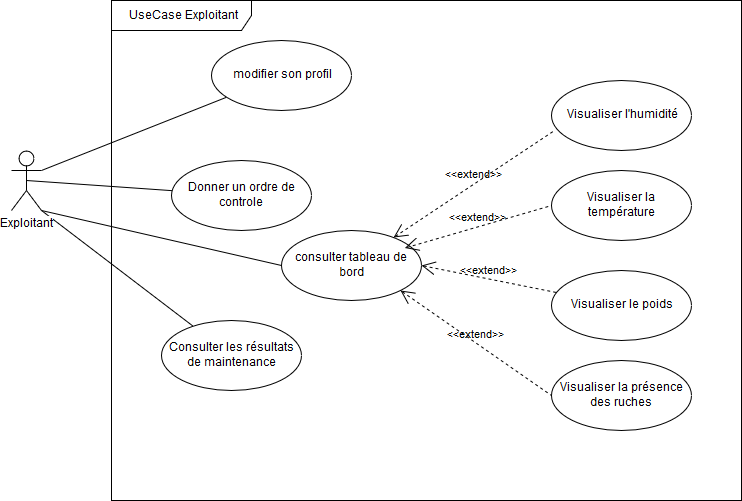
This is usecase/images/usercase_exploitant.png from ManDev001/pfe_diagrams, a draw.io export, as it was before one commit. Source tidied: cells renumbered, new cells last; positions are measured from the earlier drawing's top-left corner, leaving out a move shared by most shapes. The source it was exported from:
```xml
<mxGraphModel>
  <root>
    <mxCell id="0" />
    <mxCell id="1" parent="0" />
    <mxCell id="2" value="UseCase Exploitant" style="shape=umlFrame;whiteSpace=wrap;html=1;width=140;height=30;" parent="1" vertex="1">
      <mxGeometry x="100" width="630" height="500" as="geometry" />
    </mxCell>
    <mxCell id="3" style="rounded=0;jettySize=auto;html=1;exitX=1;exitY=1;exitDx=0;exitDy=0;exitPerimeter=0;entryX=0;entryY=0.5;entryDx=0;entryDy=0;endArrow=none;endFill=0;" parent="1" edge="1" source="7" target="8">
      <mxGeometry relative="1" as="geometry" />
    </mxCell>
    <mxCell id="4" style="edgeStyle=none;rounded=0;jettySize=auto;html=1;exitX=1;exitY=0.3333333333333333;exitDx=0;exitDy=0;exitPerimeter=0;endArrow=none;endFill=0;" parent="1" edge="1" source="7" target="9">
      <mxGeometry relative="1" as="geometry" />
    </mxCell>
    <mxCell id="5" style="edgeStyle=none;rounded=0;jettySize=auto;html=1;exitX=0.5;exitY=0.5;exitDx=0;exitDy=0;exitPerimeter=0;endArrow=none;endFill=0;" parent="1" edge="1" source="7" target="10">
      <mxGeometry relative="1" as="geometry" />
    </mxCell>
    <mxCell id="6" style="edgeStyle=none;rounded=0;jettySize=auto;html=1;endArrow=none;endFill=0;" parent="1" edge="1" target="11">
      <mxGeometry relative="1" as="geometry">
        <mxPoint x="30" y="210" as="sourcePoint" />
      </mxGeometry>
    </mxCell>
    <mxCell id="7" value="Exploitant" style="shape=umlActor;verticalLabelPosition=bottom;labelBackgroundColor=#ffffff;verticalAlign=top;html=1;outlineConnect=0;" parent="1" vertex="1">
      <mxGeometry y="150" width="30" height="60" as="geometry" />
    </mxCell>
    <mxCell id="8" value="&lt;div&gt;consulter tableau de bord&lt;/div&gt;" style="ellipse;whiteSpace=wrap;html=1;" parent="1" vertex="1">
      <mxGeometry x="270" y="230" width="140" height="70" as="geometry" />
    </mxCell>
    <mxCell id="9" value="modifier son profil" style="ellipse;whiteSpace=wrap;html=1;" parent="1" vertex="1">
      <mxGeometry x="200" y="40" width="140" height="70" as="geometry" />
    </mxCell>
    <mxCell id="10" value="Donner un ordre de controle" style="ellipse;whiteSpace=wrap;html=1;" parent="1" vertex="1">
      <mxGeometry x="160" y="160" width="140" height="70" as="geometry" />
    </mxCell>
    <mxCell id="11" value="Consulter les résultats de maintenance" style="ellipse;whiteSpace=wrap;html=1;" parent="1" vertex="1">
      <mxGeometry x="150" y="320" width="140" height="70" as="geometry" />
    </mxCell>
    <mxCell id="12" style="edgeStyle=none;rounded=0;orthogonalLoop=1;jettySize=auto;html=1;exitX=1;exitY=1;exitDx=0;exitDy=0;exitPerimeter=0;endArrow=none;endFill=0;" parent="1" edge="1" source="7" target="7">
      <mxGeometry relative="1" as="geometry" />
    </mxCell>
    <mxCell id="13" value="Visualiser l'humidité" style="ellipse;whiteSpace=wrap;html=1;" parent="1" vertex="1">
      <mxGeometry x="540" y="80" width="140" height="70" as="geometry" />
    </mxCell>
    <mxCell id="14" value="Visualiser la température" style="ellipse;whiteSpace=wrap;html=1;" parent="1" vertex="1">
      <mxGeometry x="540" y="170" width="140" height="70" as="geometry" />
    </mxCell>
    <mxCell id="15" value="Visualiser le poids" style="ellipse;whiteSpace=wrap;html=1;" parent="1" vertex="1">
      <mxGeometry x="540" y="270" width="140" height="70" as="geometry" />
    </mxCell>
    <mxCell id="16" value="Visualiser la présence des ruches" style="ellipse;whiteSpace=wrap;html=1;" parent="1" vertex="1">
      <mxGeometry x="540" y="360" width="140" height="70" as="geometry" />
    </mxCell>
    <mxCell id="17" value="&amp;lt;&amp;lt;extend&amp;gt;&amp;gt;" style="edgeStyle=none;html=1;startArrow=open;endArrow=none;startSize=12;verticalAlign=bottom;dashed=1;labelBackgroundColor=none;entryX=0.021;entryY=0.714;entryDx=0;entryDy=0;entryPerimeter=0;" parent="1" edge="1" source="8" target="13">
      <mxGeometry relative="1" as="geometry" />
    </mxCell>
    <mxCell id="18" value="&amp;lt;&amp;lt;extend&amp;gt;&amp;gt;" style="edgeStyle=none;html=1;startArrow=open;endArrow=none;startSize=12;verticalAlign=bottom;dashed=1;labelBackgroundColor=none;entryX=0;entryY=0.5;entryDx=0;entryDy=0;" parent="1" edge="1" target="14">
      <mxGeometry relative="1" as="geometry">
        <mxPoint x="393.4" y="247.5" as="sourcePoint" />
      </mxGeometry>
    </mxCell>
    <mxCell id="19" value="&amp;lt;&amp;lt;extend&amp;gt;&amp;gt;" style="edgeStyle=none;html=1;startArrow=open;endArrow=none;startSize=12;verticalAlign=bottom;dashed=1;labelBackgroundColor=none;exitX=1;exitY=0.5;exitDx=0;exitDy=0;" parent="1" edge="1" source="8" target="15">
      <mxGeometry relative="1" as="geometry" />
    </mxCell>
    <mxCell id="20" value="&amp;lt;&amp;lt;extend&amp;gt;&amp;gt;" style="edgeStyle=none;html=1;startArrow=open;endArrow=none;startSize=12;verticalAlign=bottom;dashed=1;labelBackgroundColor=none;exitX=1;exitY=1;exitDx=0;exitDy=0;entryX=0;entryY=0.5;entryDx=0;entryDy=0;" parent="1" edge="1" source="8" target="16">
      <mxGeometry relative="1" as="geometry" />
    </mxCell>
  </root>
</mxGraphModel>
```
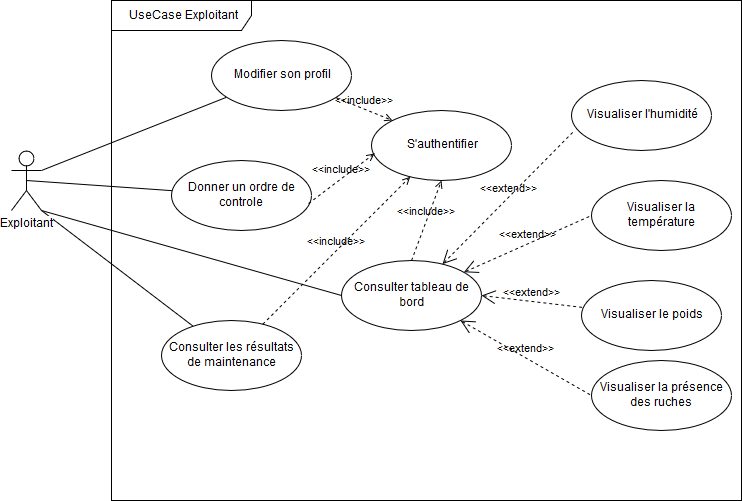
The same file after the commit.

The edit, as a diff of the source:
```diff
@@ -22,10 +22,10 @@
     <mxCell id="7" value="Exploitant" style="shape=umlActor;verticalLabelPosition=bottom;labelBackgroundColor=#ffffff;verticalAlign=top;html=1;outlineConnect=0;" parent="1" vertex="1">
       <mxGeometry y="150" width="30" height="60" as="geometry" />
     </mxCell>
-    <mxCell id="8" value="&lt;div&gt;consulter tableau de bord&lt;/div&gt;" style="ellipse;whiteSpace=wrap;html=1;" parent="1" vertex="1">
-      <mxGeometry x="270" y="230" width="140" height="70" as="geometry" />
+    <mxCell id="8" value="&lt;div&gt;Consulter tableau de bord&lt;/div&gt;" style="ellipse;whiteSpace=wrap;html=1;" parent="1" vertex="1">
+      <mxGeometry x="330" y="260" width="140" height="70" as="geometry" />
     </mxCell>
-    <mxCell id="9" value="modifier son profil" style="ellipse;whiteSpace=wrap;html=1;" parent="1" vertex="1">
+    <mxCell id="9" value="Modifier son profil" style="ellipse;whiteSpace=wrap;html=1;" parent="1" vertex="1">
       <mxGeometry x="200" y="40" width="140" height="70" as="geometry" />
     </mxCell>
     <mxCell id="10" value="Donner un ordre de controle" style="ellipse;whiteSpace=wrap;html=1;" parent="1" vertex="1">
@@ -38,24 +38,22 @@
       <mxGeometry relative="1" as="geometry" />
     </mxCell>
     <mxCell id="13" value="Visualiser l'humidité" style="ellipse;whiteSpace=wrap;html=1;" parent="1" vertex="1">
-      <mxGeometry x="540" y="80" width="140" height="70" as="geometry" />
+      <mxGeometry x="560" y="80" width="140" height="70" as="geometry" />
     </mxCell>
     <mxCell id="14" value="Visualiser la température" style="ellipse;whiteSpace=wrap;html=1;" parent="1" vertex="1">
-      <mxGeometry x="540" y="170" width="140" height="70" as="geometry" />
+      <mxGeometry x="580" y="180" width="140" height="70" as="geometry" />
     </mxCell>
     <mxCell id="15" value="Visualiser le poids" style="ellipse;whiteSpace=wrap;html=1;" parent="1" vertex="1">
-      <mxGeometry x="540" y="270" width="140" height="70" as="geometry" />
+      <mxGeometry x="570" y="280" width="140" height="70" as="geometry" />
     </mxCell>
     <mxCell id="16" value="Visualiser la présence des ruches" style="ellipse;whiteSpace=wrap;html=1;" parent="1" vertex="1">
-      <mxGeometry x="540" y="360" width="140" height="70" as="geometry" />
+      <mxGeometry x="580" y="360" width="140" height="70" as="geometry" />
     </mxCell>
     <mxCell id="17" value="&amp;lt;&amp;lt;extend&amp;gt;&amp;gt;" style="edgeStyle=none;html=1;startArrow=open;endArrow=none;startSize=12;verticalAlign=bottom;dashed=1;labelBackgroundColor=none;entryX=0.021;entryY=0.714;entryDx=0;entryDy=0;entryPerimeter=0;" parent="1" edge="1" source="8" target="13">
       <mxGeometry relative="1" as="geometry" />
     </mxCell>
-    <mxCell id="18" value="&amp;lt;&amp;lt;extend&amp;gt;&amp;gt;" style="edgeStyle=none;html=1;startArrow=open;endArrow=none;startSize=12;verticalAlign=bottom;dashed=1;labelBackgroundColor=none;entryX=0;entryY=0.5;entryDx=0;entryDy=0;" parent="1" edge="1" target="14">
-      <mxGeometry relative="1" as="geometry">
-        <mxPoint x="393.4" y="247.5" as="sourcePoint" />
-      </mxGeometry>
+    <mxCell id="18" value="&amp;lt;&amp;lt;extend&amp;gt;&amp;gt;" style="edgeStyle=none;html=1;startArrow=open;endArrow=none;startSize=12;verticalAlign=bottom;dashed=1;labelBackgroundColor=none;entryX=0;entryY=0.5;entryDx=0;entryDy=0;" parent="1" edge="1" source="8" target="14">
+      <mxGeometry relative="1" as="geometry" />
     </mxCell>
     <mxCell id="19" value="&amp;lt;&amp;lt;extend&amp;gt;&amp;gt;" style="edgeStyle=none;html=1;startArrow=open;endArrow=none;startSize=12;verticalAlign=bottom;dashed=1;labelBackgroundColor=none;exitX=1;exitY=0.5;exitDx=0;exitDy=0;" parent="1" edge="1" source="8" target="15">
       <mxGeometry relative="1" as="geometry" />
@@ -63,5 +61,20 @@
     <mxCell id="20" value="&amp;lt;&amp;lt;extend&amp;gt;&amp;gt;" style="edgeStyle=none;html=1;startArrow=open;endArrow=none;startSize=12;verticalAlign=bottom;dashed=1;labelBackgroundColor=none;exitX=1;exitY=1;exitDx=0;exitDy=0;entryX=0;entryY=0.5;entryDx=0;entryDy=0;" parent="1" edge="1" source="8" target="16">
       <mxGeometry relative="1" as="geometry" />
     </mxCell>
+    <mxCell id="21" value="S'authentifier" style="ellipse;whiteSpace=wrap;html=1;" parent="1" vertex="1">
+      <mxGeometry x="360" y="110" width="140" height="70" as="geometry" />
+    </mxCell>
+    <mxCell id="22" value="&amp;lt;&amp;lt;include&amp;gt;&amp;gt;" style="edgeStyle=none;html=1;endArrow=open;verticalAlign=bottom;dashed=1;labelBackgroundColor=none;entryX=0;entryY=0;entryDx=0;entryDy=0;" parent="1" edge="1" source="9" target="21">
+      <mxGeometry relative="1" as="geometry" />
+    </mxCell>
+    <mxCell id="23" value="&amp;lt;&amp;lt;include&amp;gt;&amp;gt;" style="edgeStyle=none;html=1;endArrow=open;verticalAlign=bottom;dashed=1;labelBackgroundColor=none;" parent="1" edge="1" source="11" target="21">
+      <mxGeometry relative="1" as="geometry" />
+    </mxCell>
+    <mxCell id="24" value="&amp;lt;&amp;lt;include&amp;gt;&amp;gt;" style="edgeStyle=none;html=1;endArrow=open;verticalAlign=bottom;dashed=1;labelBackgroundColor=none;entryX=0.5;entryY=1;entryDx=0;entryDy=0;exitX=0.5;exitY=0;exitDx=0;exitDy=0;" parent="1" edge="1" source="8" target="21">
+      <mxGeometry relative="1" as="geometry" />
+    </mxCell>
+    <mxCell id="25" value="&amp;lt;&amp;lt;include&amp;gt;&amp;gt;" style="edgeStyle=none;html=1;endArrow=open;verticalAlign=bottom;dashed=1;labelBackgroundColor=none;exitX=0.979;exitY=0.614;exitDx=0;exitDy=0;exitPerimeter=0;entryX=0.021;entryY=0.614;entryDx=0;entryDy=0;entryPerimeter=0;" parent="1" edge="1" source="10" target="21">
+      <mxGeometry relative="1" as="geometry" />
+    </mxCell>
   </root>
 </mxGraphModel>
```
